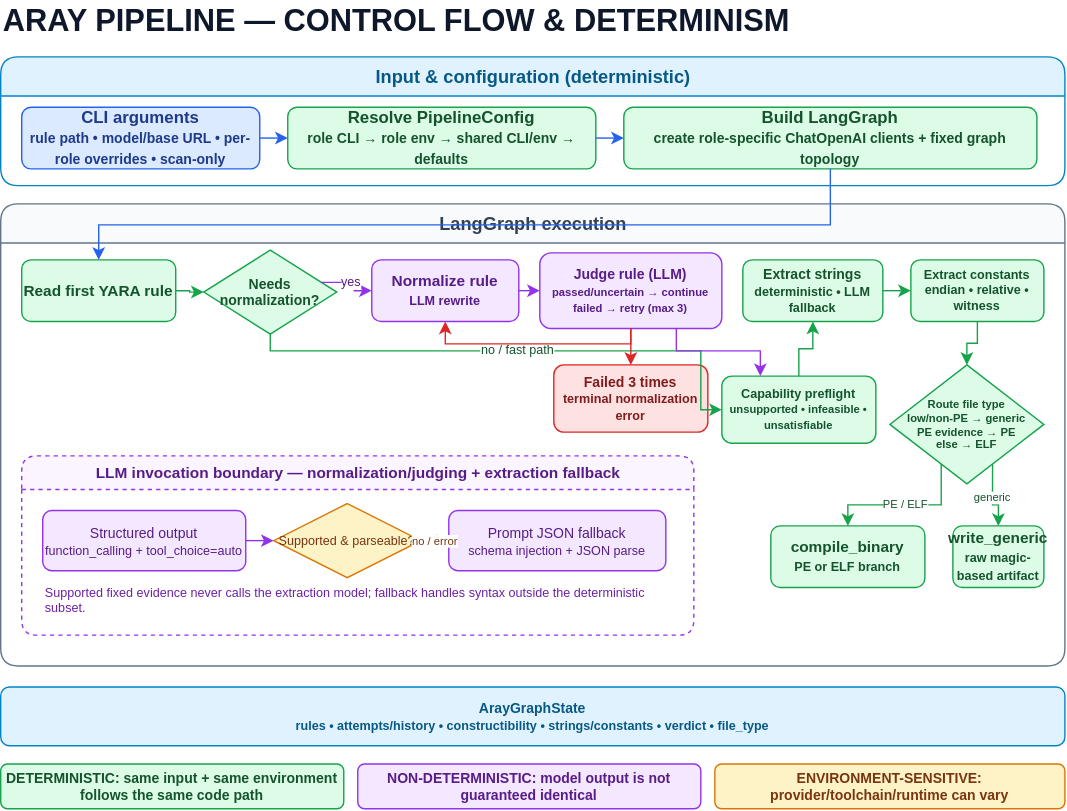
Before: docs/site/diagrams/aray-pipeline-determinism-flow.svg, a diagram exported from draw.io (c2dc/aray). Source tidied: cells renumbered, new cells last; positions are measured from the earlier drawing's top-left corner, leaving out a move shared by most shapes.
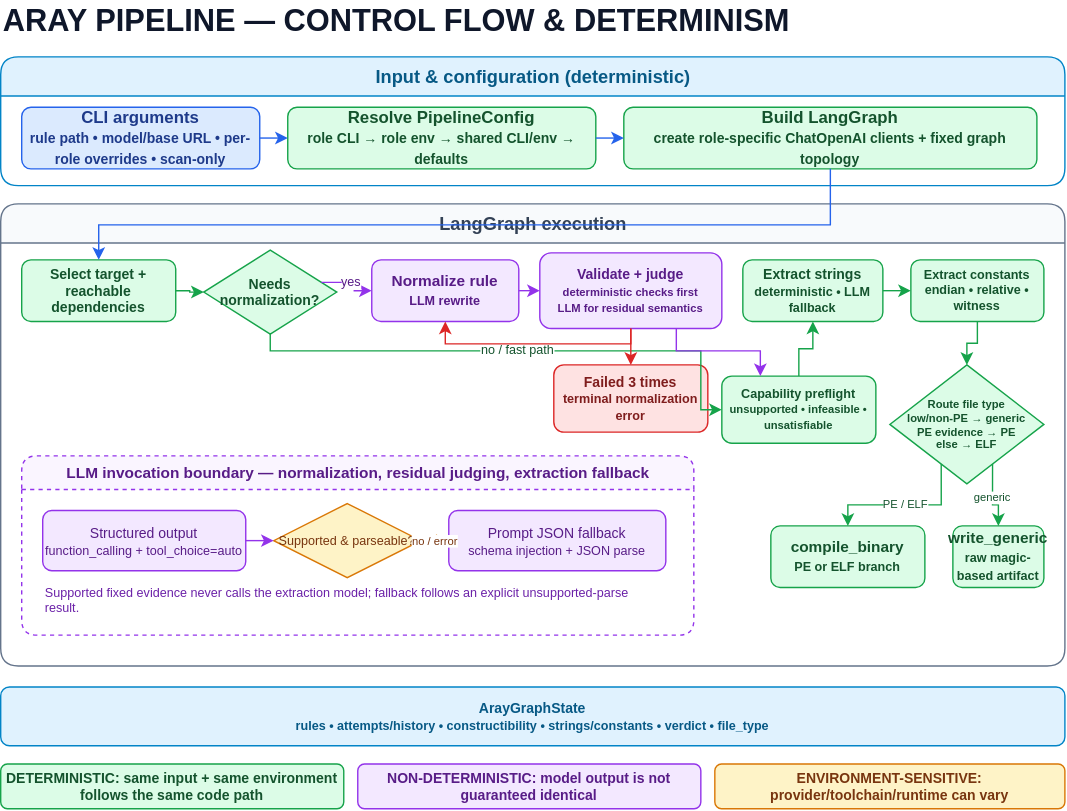
Later version of the same file.

Change to the diagram source:
```diff
@@ -20,7 +20,7 @@
     <mxCell id="7" value="LangGraph execution" style="swimlane;html=1;rounded=1;startSize=28;fillColor=#f8fafc;strokeColor=#64748b;fontColor=#334155;fontStyle=1;fontSize=13;" parent="1" vertex="1">
       <mxGeometry y="145" width="760" height="330" as="geometry" />
     </mxCell>
-    <mxCell id="8" value="Read first YARA rule" style="rounded=1;whiteSpace=wrap;html=1;fillColor=#dcfce7;strokeColor=#16a34a;fontColor=#14532d;fontStyle=1;fontSize=11;" parent="1" vertex="1">
+    <mxCell id="8" value="Select target + reachable dependencies" style="rounded=1;whiteSpace=wrap;html=1;fillColor=#dcfce7;strokeColor=#16a34a;fontColor=#14532d;fontStyle=1;fontSize=10;" parent="1" vertex="1">
       <mxGeometry x="15" y="185" width="110" height="44" as="geometry" />
     </mxCell>
     <mxCell id="9" value="Needs&lt;br&gt;normalization?" style="rhombus;whiteSpace=wrap;html=1;fillColor=#dcfce7;strokeColor=#16a34a;fontColor=#14532d;fontStyle=1;fontSize=10;" parent="1" vertex="1">
@@ -29,7 +29,7 @@
     <mxCell id="10" value="Normalize rule&lt;br&gt;&lt;font style=&quot;font-size:9px&quot;&gt;LLM rewrite&lt;/font&gt;" style="rounded=1;whiteSpace=wrap;html=1;fillColor=#f3e8ff;strokeColor=#9333ea;fontColor=#581c87;fontStyle=1;fontSize=11;" parent="1" vertex="1">
       <mxGeometry x="265" y="185" width="105" height="44" as="geometry" />
     </mxCell>
-    <mxCell id="11" value="Judge rule (LLM)&lt;br&gt;&lt;font style=&quot;font-size:8px&quot;&gt;passed/uncertain → continue&lt;br&gt;failed → retry (max 3)&lt;/font&gt;" style="rounded=1;whiteSpace=wrap;html=1;fillColor=#f3e8ff;strokeColor=#9333ea;fontColor=#581c87;fontStyle=1;fontSize=10;" parent="1" vertex="1">
+    <mxCell id="11" value="Validate + judge&lt;br&gt;&lt;font style=&quot;font-size:8px&quot;&gt;deterministic checks first&lt;br&gt;LLM for residual semantics&lt;/font&gt;" style="rounded=1;whiteSpace=wrap;html=1;fillColor=#f3e8ff;strokeColor=#9333ea;fontColor=#581c87;fontStyle=1;fontSize=10;" parent="1" vertex="1">
       <mxGeometry x="385" y="180" width="130" height="54" as="geometry" />
     </mxCell>
     <mxCell id="12" value="Failed 3 times&lt;br&gt;&lt;font style=&quot;font-size:9px&quot;&gt;terminal normalization error&lt;/font&gt;" style="rounded=1;whiteSpace=wrap;html=1;fillColor=#fee2e2;strokeColor=#dc2626;fontColor=#7f1d1d;fontStyle=1;fontSize=10;" parent="1" vertex="1">
@@ -50,7 +50,7 @@
     <mxCell id="17" value="write_generic&lt;br&gt;&lt;font style=&quot;font-size:9px&quot;&gt;raw magic-based artifact&lt;/font&gt;" style="rounded=1;whiteSpace=wrap;html=1;fillColor=#dcfce7;strokeColor=#16a34a;fontColor=#14532d;fontStyle=1;fontSize=11;" parent="1" vertex="1">
       <mxGeometry x="680" y="375" width="65" height="44" as="geometry" />
     </mxCell>
-    <mxCell id="18" value="LLM invocation boundary — normalization/judging + extraction fallback" style="swimlane;html=1;rounded=1;startSize=24;fillColor=#faf5ff;strokeColor=#9333ea;fontColor=#581c87;fontStyle=1;fontSize=11;dashed=1;" parent="1" vertex="1">
+    <mxCell id="18" value="LLM invocation boundary — normalization, residual judging, extraction fallback" style="swimlane;html=1;rounded=1;startSize=24;fillColor=#faf5ff;strokeColor=#9333ea;fontColor=#581c87;fontStyle=1;fontSize=11;dashed=1;" parent="1" vertex="1">
       <mxGeometry x="15" y="325" width="480" height="128" as="geometry" />
     </mxCell>
     <mxCell id="19" value="Structured output&lt;br&gt;&lt;font style=&quot;font-size:9px&quot;&gt;function_calling + tool_choice=auto&lt;/font&gt;" style="rounded=1;whiteSpace=wrap;html=1;fillColor=#f3e8ff;strokeColor=#9333ea;fontColor=#581c87;fontSize=10;" parent="1" vertex="1">
@@ -62,7 +62,7 @@
     <mxCell id="21" value="Prompt JSON fallback&lt;br&gt;&lt;font style=&quot;font-size:9px&quot;&gt;schema injection + JSON parse&lt;/font&gt;" style="rounded=1;whiteSpace=wrap;html=1;fillColor=#f3e8ff;strokeColor=#9333ea;fontColor=#581c87;fontSize=10;" parent="1" vertex="1">
       <mxGeometry x="320" y="364" width="155" height="43" as="geometry" />
     </mxCell>
-    <mxCell id="22" value="Supported fixed evidence never calls the extraction model; fallback handles syntax outside the deterministic subset." style="text;html=1;whiteSpace=wrap;align=left;verticalAlign=middle;fontSize=9;fontColor=#6b21a8;" parent="1" vertex="1">
+    <mxCell id="22" value="Supported fixed evidence never calls the extraction model; fallback follows an explicit unsupported-parse result." style="text;html=1;whiteSpace=wrap;align=left;verticalAlign=middle;fontSize=9;fontColor=#6b21a8;" parent="1" vertex="1">
       <mxGeometry x="30" y="415" width="445" height="25" as="geometry" />
     </mxCell>
     <mxCell id="23" value="ArayGraphState&lt;br&gt;&lt;font style=&quot;font-size:9px&quot;&gt;rules • attempts/history • constructibility • strings/constants • verdict • file_type&lt;/font&gt;" style="rounded=1;whiteSpace=wrap;html=1;fillColor=#e0f2fe;strokeColor=#0284c7;fontColor=#075985;fontStyle=1;fontSize=10;" parent="1" vertex="1">
```
